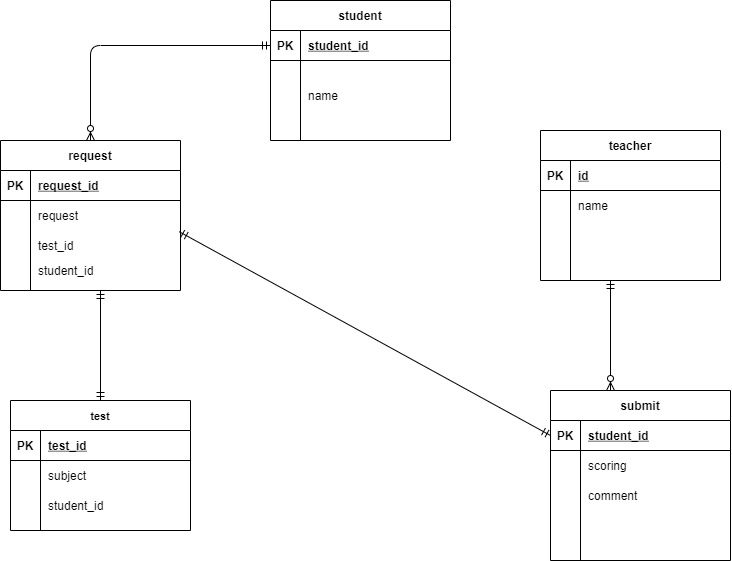
The draw.io diagram index.drawio.png in kgrkgr/datebase, before a commit. Source tidied: cells renumbered, new cells last; positions are measured from the earlier drawing's top-left corner, leaving out a move shared by most shapes. Its diagram source:
```xml
<mxGraphModel>
  <root>
    <mxCell id="0" />
    <mxCell id="1" parent="0" />
    <mxCell id="2" value="student" style="shape=table;startSize=30;rowLines=0;fontStyle=1;align=center;" parent="1" vertex="1">
      <mxGeometry x="270" width="180" height="140" as="geometry" />
    </mxCell>
    <mxCell id="3" style="shape=partialRectangle;fillColor=none;top=0;left=0;bottom=1;right=0;points=[[0,0.5],[1,0.5]];portConstraint=eastwest;" parent="2" vertex="1">
      <mxGeometry y="30" width="180" height="30" as="geometry" />
    </mxCell>
    <mxCell id="4" value="PK" style="shape=partialRectangle;fillColor=none;top=0;left=0;bottom=0;right=0;fontStyle=1;overflow=hidden;" parent="3" vertex="1">
      <mxGeometry width="30" height="30" as="geometry" />
    </mxCell>
    <mxCell id="5" value="student_id" style="shape=partialRectangle;fillColor=none;top=0;left=0;bottom=0;right=0;align=left;spacingLeft=6;fontStyle=5;overflow=hidden;" parent="3" vertex="1">
      <mxGeometry x="30" width="150" height="30" as="geometry" />
    </mxCell>
    <mxCell id="6" style="shape=partialRectangle;fillColor=none;top=0;left=0;bottom=0;right=0;" parent="2" vertex="1">
      <mxGeometry y="60" width="180" height="20" as="geometry" />
    </mxCell>
    <mxCell id="7" style="shape=partialRectangle;fillColor=none;top=0;left=0;bottom=0;right=0;overflow=hidden;" parent="6" vertex="1">
      <mxGeometry width="30" height="20" as="geometry" />
    </mxCell>
    <mxCell id="8" style="shape=partialRectangle;fillColor=none;top=0;left=0;bottom=0;right=0;align=left;spacingLeft=6;overflow=hidden;fontSize=11;" parent="6" vertex="1">
      <mxGeometry x="30" width="150" height="20" as="geometry" />
    </mxCell>
    <mxCell id="9" style="shape=partialRectangle;fillColor=none;top=0;left=0;bottom=0;right=0;" parent="2" vertex="1">
      <mxGeometry y="80" width="180" height="30" as="geometry" />
    </mxCell>
    <mxCell id="10" style="shape=partialRectangle;fillColor=none;top=0;left=0;bottom=0;right=0;overflow=hidden;" parent="9" vertex="1">
      <mxGeometry width="30" height="30" as="geometry" />
    </mxCell>
    <mxCell id="11" value="name" style="shape=partialRectangle;fillColor=none;top=0;left=0;bottom=0;right=0;align=left;spacingLeft=6;overflow=hidden;" parent="9" vertex="1">
      <mxGeometry x="30" width="150" height="30" as="geometry" />
    </mxCell>
    <mxCell id="12" style="shape=partialRectangle;fillColor=none;top=0;left=0;bottom=0;right=0;" parent="2" vertex="1">
      <mxGeometry y="110" width="180" height="30" as="geometry" />
    </mxCell>
    <mxCell id="13" style="shape=partialRectangle;fillColor=none;top=0;left=0;bottom=0;right=0;overflow=hidden;" parent="12" vertex="1">
      <mxGeometry width="30" height="30" as="geometry" />
    </mxCell>
    <mxCell id="14" style="shape=partialRectangle;fillColor=none;top=0;left=0;bottom=0;right=0;align=left;spacingLeft=6;overflow=hidden;" parent="12" vertex="1">
      <mxGeometry x="30" width="150" height="30" as="geometry" />
    </mxCell>
    <mxCell id="15" value="submit" style="shape=table;startSize=30;rowLines=0;fontStyle=1;align=center;" parent="1" vertex="1">
      <mxGeometry x="550" y="390" width="180" height="170" as="geometry" />
    </mxCell>
    <mxCell id="16" style="shape=partialRectangle;fillColor=none;top=0;left=0;bottom=1;right=0;points=[[0,0.5],[1,0.5]];portConstraint=eastwest;" parent="15" vertex="1">
      <mxGeometry y="30" width="180" height="30" as="geometry" />
    </mxCell>
    <mxCell id="17" value="PK" style="shape=partialRectangle;fillColor=none;top=0;left=0;bottom=0;right=0;fontStyle=1;overflow=hidden;" parent="16" vertex="1">
      <mxGeometry width="30" height="30" as="geometry" />
    </mxCell>
    <mxCell id="18" value="student_id" style="shape=partialRectangle;fillColor=none;top=0;left=0;bottom=0;right=0;align=left;spacingLeft=6;fontStyle=5;overflow=hidden;" parent="16" vertex="1">
      <mxGeometry x="30" width="150" height="30" as="geometry" />
    </mxCell>
    <mxCell id="19" style="shape=partialRectangle;fillColor=none;top=0;left=0;bottom=0;right=0;" parent="15" vertex="1">
      <mxGeometry y="60" width="180" height="30" as="geometry" />
    </mxCell>
    <mxCell id="20" style="shape=partialRectangle;fillColor=none;top=0;left=0;bottom=0;right=0;overflow=hidden;" parent="19" vertex="1">
      <mxGeometry width="30" height="30" as="geometry" />
    </mxCell>
    <mxCell id="21" value="scoring" style="shape=partialRectangle;fillColor=none;top=0;left=0;bottom=0;right=0;align=left;spacingLeft=6;overflow=hidden;" parent="19" vertex="1">
      <mxGeometry x="30" width="150" height="30" as="geometry" />
    </mxCell>
    <mxCell id="22" style="shape=partialRectangle;fillColor=none;top=0;left=0;bottom=0;right=0;" parent="15" vertex="1">
      <mxGeometry y="90" width="180" height="30" as="geometry" />
    </mxCell>
    <mxCell id="23" style="shape=partialRectangle;fillColor=none;top=0;left=0;bottom=0;right=0;overflow=hidden;" parent="22" vertex="1">
      <mxGeometry width="30" height="30" as="geometry" />
    </mxCell>
    <mxCell id="24" value="comment" style="shape=partialRectangle;fillColor=none;top=0;left=0;bottom=0;right=0;align=left;spacingLeft=6;overflow=hidden;" parent="22" vertex="1">
      <mxGeometry x="30" width="150" height="30" as="geometry" />
    </mxCell>
    <mxCell id="25" style="shape=partialRectangle;fillColor=none;top=0;left=0;bottom=0;right=0;" parent="15" vertex="1">
      <mxGeometry y="120" width="180" height="20" as="geometry" />
    </mxCell>
    <mxCell id="26" style="shape=partialRectangle;fillColor=none;top=0;left=0;bottom=0;right=0;overflow=hidden;" parent="25" vertex="1">
      <mxGeometry width="30" height="20" as="geometry" />
    </mxCell>
    <mxCell id="27" style="shape=partialRectangle;fillColor=none;top=0;left=0;bottom=0;right=0;align=left;spacingLeft=6;overflow=hidden;" parent="25" vertex="1">
      <mxGeometry x="30" width="150" height="20" as="geometry" />
    </mxCell>
    <mxCell id="28" style="shape=partialRectangle;fillColor=none;top=0;left=0;bottom=0;right=0;" parent="15" vertex="1">
      <mxGeometry y="140" width="180" height="20" as="geometry" />
    </mxCell>
    <mxCell id="29" style="shape=partialRectangle;fillColor=none;top=0;left=0;bottom=0;right=0;overflow=hidden;" parent="28" vertex="1">
      <mxGeometry width="30" height="20" as="geometry" />
    </mxCell>
    <mxCell id="30" style="shape=partialRectangle;fillColor=none;top=0;left=0;bottom=0;right=0;align=left;spacingLeft=6;overflow=hidden;" parent="28" vertex="1">
      <mxGeometry x="30" width="150" height="20" as="geometry" />
    </mxCell>
    <mxCell id="31" value="test" style="shape=table;startSize=30;rowLines=0;fontStyle=1;align=center;fontSize=11;" parent="1" vertex="1">
      <mxGeometry x="10" y="400" width="180" height="130" as="geometry" />
    </mxCell>
    <mxCell id="32" style="shape=partialRectangle;fillColor=none;top=0;left=0;bottom=1;right=0;" parent="31" vertex="1">
      <mxGeometry y="30" width="180" height="30" as="geometry" />
    </mxCell>
    <mxCell id="33" value="PK" style="shape=partialRectangle;fillColor=none;top=0;left=0;bottom=0;right=0;fontStyle=1;overflow=hidden;" parent="32" vertex="1">
      <mxGeometry width="30" height="30" as="geometry" />
    </mxCell>
    <mxCell id="34" value="test_id" style="shape=partialRectangle;fillColor=none;top=0;left=0;bottom=0;right=0;align=left;spacingLeft=6;fontStyle=5;overflow=hidden;" parent="32" vertex="1">
      <mxGeometry x="30" width="150" height="30" as="geometry" />
    </mxCell>
    <mxCell id="35" style="shape=partialRectangle;fillColor=none;top=0;left=0;bottom=0;right=0;" parent="31" vertex="1">
      <mxGeometry y="60" width="180" height="30" as="geometry" />
    </mxCell>
    <mxCell id="36" style="shape=partialRectangle;fillColor=none;top=0;left=0;bottom=0;right=0;overflow=hidden;" parent="35" vertex="1">
      <mxGeometry width="30" height="30" as="geometry" />
    </mxCell>
    <mxCell id="37" value="subject" style="shape=partialRectangle;fillColor=none;top=0;left=0;bottom=0;right=0;align=left;spacingLeft=6;overflow=hidden;" parent="35" vertex="1">
      <mxGeometry x="30" width="150" height="30" as="geometry" />
    </mxCell>
    <mxCell id="38" style="shape=partialRectangle;fillColor=none;top=0;left=0;bottom=0;right=0;" parent="31" vertex="1">
      <mxGeometry y="90" width="180" height="30" as="geometry" />
    </mxCell>
    <mxCell id="39" style="shape=partialRectangle;fillColor=none;top=0;left=0;bottom=0;right=0;overflow=hidden;" parent="38" vertex="1">
      <mxGeometry width="30" height="30" as="geometry" />
    </mxCell>
    <mxCell id="40" value="student_id" style="shape=partialRectangle;fillColor=none;top=0;left=0;bottom=0;right=0;align=left;spacingLeft=6;overflow=hidden;" parent="38" vertex="1">
      <mxGeometry x="30" width="150" height="30" as="geometry" />
    </mxCell>
    <mxCell id="41" value="request" style="shape=table;startSize=30;rowLines=0;fontStyle=1;align=center;" parent="1" vertex="1">
      <mxGeometry y="140" width="180" height="150" as="geometry" />
    </mxCell>
    <mxCell id="42" style="shape=partialRectangle;fillColor=none;top=0;left=0;bottom=1;right=0;" parent="41" vertex="1">
      <mxGeometry y="30" width="180" height="30" as="geometry" />
    </mxCell>
    <mxCell id="43" value="PK" style="shape=partialRectangle;fillColor=none;top=0;left=0;bottom=0;right=0;fontStyle=1;overflow=hidden;" parent="42" vertex="1">
      <mxGeometry width="30" height="30" as="geometry" />
    </mxCell>
    <mxCell id="44" value="request_id" style="shape=partialRectangle;fillColor=none;top=0;left=0;bottom=0;right=0;align=left;spacingLeft=6;fontStyle=5;overflow=hidden;" parent="42" vertex="1">
      <mxGeometry x="30" width="150" height="30" as="geometry" />
    </mxCell>
    <mxCell id="45" style="shape=partialRectangle;fillColor=none;top=0;left=0;bottom=0;right=0;" parent="41" vertex="1">
      <mxGeometry y="60" width="180" height="30" as="geometry" />
    </mxCell>
    <mxCell id="46" style="shape=partialRectangle;fillColor=none;top=0;left=0;bottom=0;right=0;overflow=hidden;" parent="45" vertex="1">
      <mxGeometry width="30" height="30" as="geometry" />
    </mxCell>
    <mxCell id="47" value="request" style="shape=partialRectangle;fillColor=none;top=0;left=0;bottom=0;right=0;align=left;spacingLeft=6;overflow=hidden;" parent="45" vertex="1">
      <mxGeometry x="30" width="150" height="30" as="geometry" />
    </mxCell>
    <mxCell id="48" style="shape=partialRectangle;fillColor=none;top=0;left=0;bottom=0;right=0;points=[[0,0.5],[1,0.5]];portConstraint=eastwest;" parent="41" vertex="1">
      <mxGeometry y="90" width="180" height="30" as="geometry" />
    </mxCell>
    <mxCell id="49" style="shape=partialRectangle;fillColor=none;top=0;left=0;bottom=0;right=0;overflow=hidden;" parent="48" vertex="1">
      <mxGeometry width="30" height="30" as="geometry" />
    </mxCell>
    <mxCell id="50" value="test_id" style="shape=partialRectangle;fillColor=none;top=0;left=0;bottom=0;right=0;align=left;spacingLeft=6;overflow=hidden;" parent="48" vertex="1">
      <mxGeometry x="30" width="150" height="30" as="geometry" />
    </mxCell>
    <mxCell id="51" style="shape=partialRectangle;fillColor=none;top=0;left=0;bottom=0;right=0;" parent="41" vertex="1">
      <mxGeometry y="120" width="180" height="20" as="geometry" />
    </mxCell>
    <mxCell id="52" style="shape=partialRectangle;fillColor=none;top=0;left=0;bottom=0;right=0;overflow=hidden;" parent="51" vertex="1">
      <mxGeometry width="30" height="20" as="geometry" />
    </mxCell>
    <mxCell id="53" value="student_id" style="shape=partialRectangle;fillColor=none;top=0;left=0;bottom=0;right=0;align=left;spacingLeft=6;overflow=hidden;" parent="51" vertex="1">
      <mxGeometry x="30" width="150" height="20" as="geometry" />
    </mxCell>
    <mxCell id="54" value="teacher" style="shape=table;startSize=30;rowLines=0;fontStyle=1;align=center;" parent="1" vertex="1">
      <mxGeometry x="540" y="130" width="180" height="150" as="geometry" />
    </mxCell>
    <mxCell id="55" style="shape=partialRectangle;fillColor=none;top=0;left=0;bottom=1;right=0;" parent="54" vertex="1">
      <mxGeometry y="30" width="180" height="30" as="geometry" />
    </mxCell>
    <mxCell id="56" value="PK" style="shape=partialRectangle;fillColor=none;top=0;left=0;bottom=0;right=0;fontStyle=1;overflow=hidden;" parent="55" vertex="1">
      <mxGeometry width="30" height="30" as="geometry" />
    </mxCell>
    <mxCell id="57" value="id" style="shape=partialRectangle;fillColor=none;top=0;left=0;bottom=0;right=0;align=left;spacingLeft=6;fontStyle=5;overflow=hidden;" parent="55" vertex="1">
      <mxGeometry x="30" width="150" height="30" as="geometry" />
    </mxCell>
    <mxCell id="58" style="shape=partialRectangle;fillColor=none;top=0;left=0;bottom=0;right=0;" parent="54" vertex="1">
      <mxGeometry y="60" width="180" height="30" as="geometry" />
    </mxCell>
    <mxCell id="59" style="shape=partialRectangle;fillColor=none;top=0;left=0;bottom=0;right=0;overflow=hidden;" parent="58" vertex="1">
      <mxGeometry width="30" height="30" as="geometry" />
    </mxCell>
    <mxCell id="60" value="name" style="shape=partialRectangle;fillColor=none;top=0;left=0;bottom=0;right=0;align=left;spacingLeft=6;overflow=hidden;" parent="58" vertex="1">
      <mxGeometry x="30" width="150" height="30" as="geometry" />
    </mxCell>
    <mxCell id="61" style="shape=partialRectangle;fillColor=none;top=0;left=0;bottom=0;right=0;" parent="54" vertex="1">
      <mxGeometry y="90" width="180" height="30" as="geometry" />
    </mxCell>
    <mxCell id="62" style="shape=partialRectangle;fillColor=none;top=0;left=0;bottom=0;right=0;overflow=hidden;" parent="61" vertex="1">
      <mxGeometry width="30" height="30" as="geometry" />
    </mxCell>
    <mxCell id="63" style="shape=partialRectangle;fillColor=none;top=0;left=0;bottom=0;right=0;align=left;spacingLeft=6;overflow=hidden;" parent="61" vertex="1">
      <mxGeometry x="30" width="150" height="30" as="geometry" />
    </mxCell>
    <mxCell id="64" style="shape=partialRectangle;fillColor=none;top=0;left=0;bottom=0;right=0;" parent="54" vertex="1">
      <mxGeometry y="120" width="180" height="20" as="geometry" />
    </mxCell>
    <mxCell id="65" style="shape=partialRectangle;fillColor=none;top=0;left=0;bottom=0;right=0;overflow=hidden;" parent="64" vertex="1">
      <mxGeometry width="30" height="20" as="geometry" />
    </mxCell>
    <mxCell id="66" style="shape=partialRectangle;fillColor=none;top=0;left=0;bottom=0;right=0;align=left;spacingLeft=6;overflow=hidden;" parent="64" vertex="1">
      <mxGeometry x="30" width="150" height="20" as="geometry" />
    </mxCell>
    <mxCell id="67" style="edgeStyle=orthogonalEdgeStyle;fontSize=12;html=1;endArrow=ERzeroToMany;startArrow=ERmandOne;exitX=0;exitY=0.5;exitDx=0;exitDy=0;" parent="1" edge="1" source="3">
      <mxGeometry relative="1" as="geometry">
        <mxPoint x="90" y="140" as="targetPoint" />
      </mxGeometry>
    </mxCell>
    <mxCell id="68" style="fontSize=12;html=1;endArrow=ERzeroToMany;startArrow=ERmandOne;" parent="1" edge="1">
      <mxGeometry relative="1" as="geometry">
        <mxPoint x="610" y="280" as="sourcePoint" />
        <mxPoint x="610" y="390" as="targetPoint" />
      </mxGeometry>
    </mxCell>
    <mxCell id="69" style="edgeStyle=orthogonalEdgeStyle;fontSize=12;html=1;endArrow=ERmandOne;startArrow=ERmandOne;entryX=0.5;entryY=0;entryDx=0;entryDy=0;" parent="1" edge="1" target="31">
      <mxGeometry relative="1" as="geometry">
        <mxPoint x="100" y="290" as="sourcePoint" />
      </mxGeometry>
    </mxCell>
    <mxCell id="70" style="fontSize=12;html=1;endArrow=ERmandOne;startArrow=ERmandOne;exitX=0.993;exitY=0.041;exitDx=0;exitDy=0;exitPerimeter=0;entryX=0;entryY=0.5;entryDx=0;entryDy=0;" parent="1" edge="1" source="48" target="16">
      <mxGeometry relative="1" as="geometry" />
    </mxCell>
  </root>
</mxGraphModel>
```
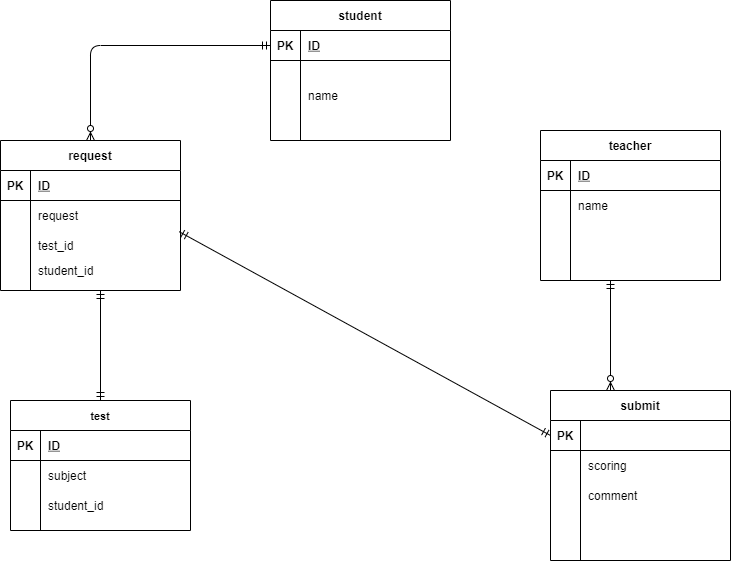
After the change.

What changed in the source:
```diff
@@ -11,7 +11,7 @@
     <mxCell id="4" value="PK" style="shape=partialRectangle;fillColor=none;top=0;left=0;bottom=0;right=0;fontStyle=1;overflow=hidden;" parent="3" vertex="1">
       <mxGeometry width="30" height="30" as="geometry" />
     </mxCell>
-    <mxCell id="5" value="student_id" style="shape=partialRectangle;fillColor=none;top=0;left=0;bottom=0;right=0;align=left;spacingLeft=6;fontStyle=5;overflow=hidden;" parent="3" vertex="1">
+    <mxCell id="5" value="ID" style="shape=partialRectangle;fillColor=none;top=0;left=0;bottom=0;right=0;align=left;spacingLeft=6;fontStyle=5;overflow=hidden;" parent="3" vertex="1">
       <mxGeometry x="30" width="150" height="30" as="geometry" />
     </mxCell>
     <mxCell id="6" style="shape=partialRectangle;fillColor=none;top=0;left=0;bottom=0;right=0;" parent="2" vertex="1">
@@ -50,7 +50,7 @@
     <mxCell id="17" value="PK" style="shape=partialRectangle;fillColor=none;top=0;left=0;bottom=0;right=0;fontStyle=1;overflow=hidden;" parent="16" vertex="1">
       <mxGeometry width="30" height="30" as="geometry" />
     </mxCell>
-    <mxCell id="18" value="student_id" style="shape=partialRectangle;fillColor=none;top=0;left=0;bottom=0;right=0;align=left;spacingLeft=6;fontStyle=5;overflow=hidden;" parent="16" vertex="1">
+    <mxCell id="18" style="shape=partialRectangle;fillColor=none;top=0;left=0;bottom=0;right=0;align=left;spacingLeft=6;fontStyle=5;overflow=hidden;" parent="16" vertex="1">
       <mxGeometry x="30" width="150" height="30" as="geometry" />
     </mxCell>
     <mxCell id="19" style="shape=partialRectangle;fillColor=none;top=0;left=0;bottom=0;right=0;" parent="15" vertex="1">
@@ -98,7 +98,7 @@
     <mxCell id="33" value="PK" style="shape=partialRectangle;fillColor=none;top=0;left=0;bottom=0;right=0;fontStyle=1;overflow=hidden;" parent="32" vertex="1">
       <mxGeometry width="30" height="30" as="geometry" />
     </mxCell>
-    <mxCell id="34" value="test_id" style="shape=partialRectangle;fillColor=none;top=0;left=0;bottom=0;right=0;align=left;spacingLeft=6;fontStyle=5;overflow=hidden;" parent="32" vertex="1">
+    <mxCell id="34" value="ID" style="shape=partialRectangle;fillColor=none;top=0;left=0;bottom=0;right=0;align=left;spacingLeft=6;fontStyle=5;overflow=hidden;" parent="32" vertex="1">
       <mxGeometry x="30" width="150" height="30" as="geometry" />
     </mxCell>
     <mxCell id="35" style="shape=partialRectangle;fillColor=none;top=0;left=0;bottom=0;right=0;" parent="31" vertex="1">
@@ -128,7 +128,7 @@
     <mxCell id="43" value="PK" style="shape=partialRectangle;fillColor=none;top=0;left=0;bottom=0;right=0;fontStyle=1;overflow=hidden;" parent="42" vertex="1">
       <mxGeometry width="30" height="30" as="geometry" />
     </mxCell>
-    <mxCell id="44" value="request_id" style="shape=partialRectangle;fillColor=none;top=0;left=0;bottom=0;right=0;align=left;spacingLeft=6;fontStyle=5;overflow=hidden;" parent="42" vertex="1">
+    <mxCell id="44" value="ID" style="shape=partialRectangle;fillColor=none;top=0;left=0;bottom=0;right=0;align=left;spacingLeft=6;fontStyle=5;overflow=hidden;" parent="42" vertex="1">
       <mxGeometry x="30" width="150" height="30" as="geometry" />
     </mxCell>
     <mxCell id="45" style="shape=partialRectangle;fillColor=none;top=0;left=0;bottom=0;right=0;" parent="41" vertex="1">
@@ -167,7 +167,7 @@
     <mxCell id="56" value="PK" style="shape=partialRectangle;fillColor=none;top=0;left=0;bottom=0;right=0;fontStyle=1;overflow=hidden;" parent="55" vertex="1">
       <mxGeometry width="30" height="30" as="geometry" />
     </mxCell>
-    <mxCell id="57" value="id" style="shape=partialRectangle;fillColor=none;top=0;left=0;bottom=0;right=0;align=left;spacingLeft=6;fontStyle=5;overflow=hidden;" parent="55" vertex="1">
+    <mxCell id="57" value="ID" style="shape=partialRectangle;fillColor=none;top=0;left=0;bottom=0;right=0;align=left;spacingLeft=6;fontStyle=5;overflow=hidden;" parent="55" vertex="1">
       <mxGeometry x="30" width="150" height="30" as="geometry" />
     </mxCell>
     <mxCell id="58" style="shape=partialRectangle;fillColor=none;top=0;left=0;bottom=0;right=0;" parent="54" vertex="1">
```
